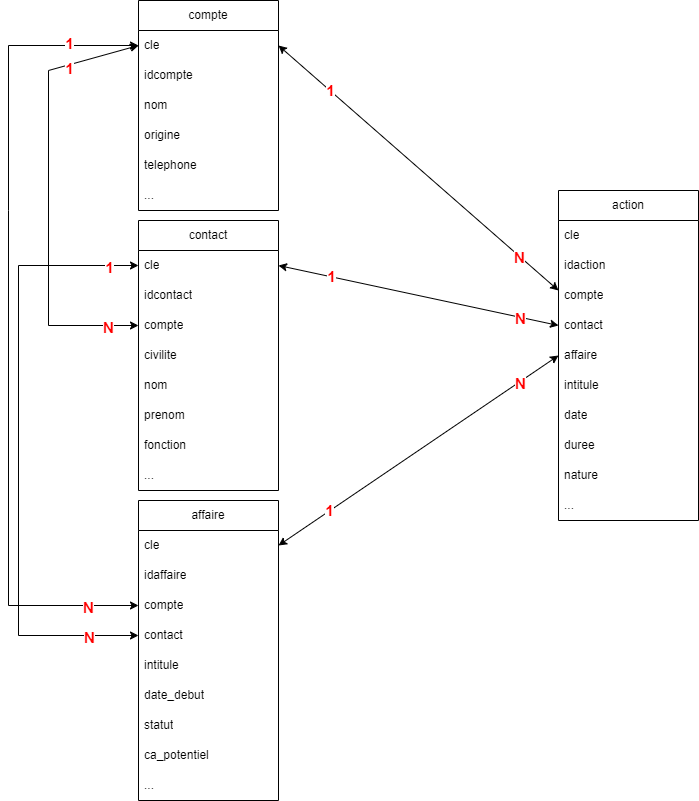
Earlier version of the draw.io export formation/tp_crm/introduction/images/schema.png (nidsconsulting/gopaas-docs). Source tidied: cells renumbered, new cells last; positions are measured from the earlier drawing's top-left corner, leaving out a move shared by most shapes.
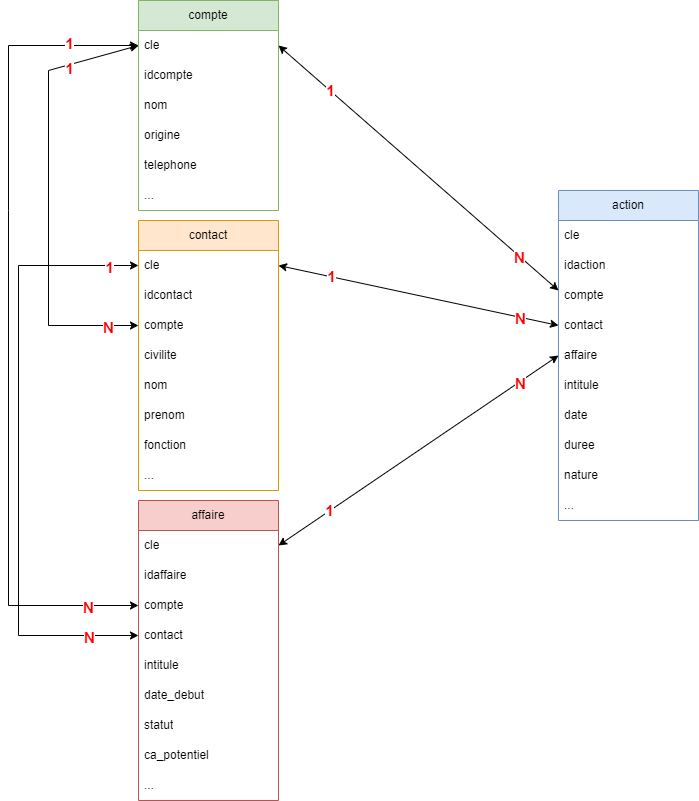
The same diagram one commit later.

The edit, as a diff of the source:
```diff
@@ -2,7 +2,7 @@
   <root>
     <mxCell id="0" />
     <mxCell id="1" parent="0" />
-    <mxCell id="2" value="compte" style="swimlane;fontStyle=0;horizontal=1;startSize=30;whiteSpace=wrap;html=1;" parent="1" vertex="1">
+    <mxCell id="2" value="compte" style="swimlane;fontStyle=0;horizontal=1;startSize=30;whiteSpace=wrap;html=1;fillColor=#d5e8d4;strokeColor=#82b366;" parent="1" vertex="1">
       <mxGeometry x="130" width="140" height="210" as="geometry" />
     </mxCell>
     <mxCell id="3" value="cle" style="text;strokeColor=none;fillColor=none;align=left;verticalAlign=middle;spacingLeft=4;spacingRight=4;overflow=hidden;points=[[0,0.5],[1,0.5]];portConstraint=eastwest;whiteSpace=wrap;html=1;" parent="2" vertex="1">
@@ -23,7 +23,7 @@
     <mxCell id="8" value="..." style="text;strokeColor=none;fillColor=none;align=left;verticalAlign=middle;spacingLeft=4;spacingRight=4;overflow=hidden;whiteSpace=wrap;html=1;" parent="2" vertex="1">
       <mxGeometry y="180" width="140" height="30" as="geometry" />
     </mxCell>
-    <mxCell id="9" value="contact" style="swimlane;fontStyle=0;horizontal=1;startSize=30;whiteSpace=wrap;html=1;" parent="1" vertex="1">
+    <mxCell id="9" value="contact" style="swimlane;fontStyle=0;horizontal=1;startSize=30;whiteSpace=wrap;html=1;fillColor=#ffe6cc;strokeColor=#d79b00;" parent="1" vertex="1">
       <mxGeometry x="130" y="220" width="140" height="270" as="geometry" />
     </mxCell>
     <mxCell id="10" value="cle" style="text;strokeColor=none;fillColor=none;align=left;verticalAlign=middle;spacingLeft=4;spacingRight=4;overflow=hidden;points=[[0,0.5],[1,0.5]];portConstraint=eastwest;whiteSpace=wrap;html=1;" parent="9" vertex="1">
@@ -50,7 +50,7 @@
     <mxCell id="17" value="..." style="text;strokeColor=none;fillColor=none;align=left;verticalAlign=middle;spacingLeft=4;spacingRight=4;overflow=hidden;whiteSpace=wrap;html=1;" parent="9" vertex="1">
       <mxGeometry y="240" width="140" height="30" as="geometry" />
     </mxCell>
-    <mxCell id="18" value="action" style="swimlane;fontStyle=0;horizontal=1;startSize=30;whiteSpace=wrap;html=1;" parent="1" vertex="1">
+    <mxCell id="18" value="action" style="swimlane;fontStyle=0;horizontal=1;startSize=30;whiteSpace=wrap;html=1;fillColor=#dae8fc;strokeColor=#6c8ebf;" parent="1" vertex="1">
       <mxGeometry x="550" y="190" width="140" height="330" as="geometry" />
     </mxCell>
     <mxCell id="19" value="cle" style="text;strokeColor=none;fillColor=none;align=left;verticalAlign=middle;spacingLeft=4;spacingRight=4;overflow=hidden;whiteSpace=wrap;html=1;" parent="18" vertex="1">
@@ -83,7 +83,7 @@
     <mxCell id="28" value="..." style="text;strokeColor=none;fillColor=none;align=left;verticalAlign=middle;spacingLeft=4;spacingRight=4;overflow=hidden;whiteSpace=wrap;html=1;" parent="18" vertex="1">
       <mxGeometry y="300" width="140" height="30" as="geometry" />
     </mxCell>
-    <mxCell id="29" value="affaire" style="swimlane;fontStyle=0;horizontal=1;startSize=30;whiteSpace=wrap;html=1;" parent="1" vertex="1">
+    <mxCell id="29" value="affaire" style="swimlane;fontStyle=0;horizontal=1;startSize=30;whiteSpace=wrap;html=1;fillColor=#f8cecc;strokeColor=#b85450;" parent="1" vertex="1">
       <mxGeometry x="130" y="500" width="140" height="300" as="geometry" />
     </mxCell>
     <mxCell id="30" value="cle" style="text;strokeColor=none;fillColor=none;align=left;verticalAlign=middle;spacingLeft=4;spacingRight=4;overflow=hidden;points=[[0,0.5],[1,0.5]];portConstraint=eastwest;whiteSpace=wrap;html=1;" parent="29" vertex="1">
```
